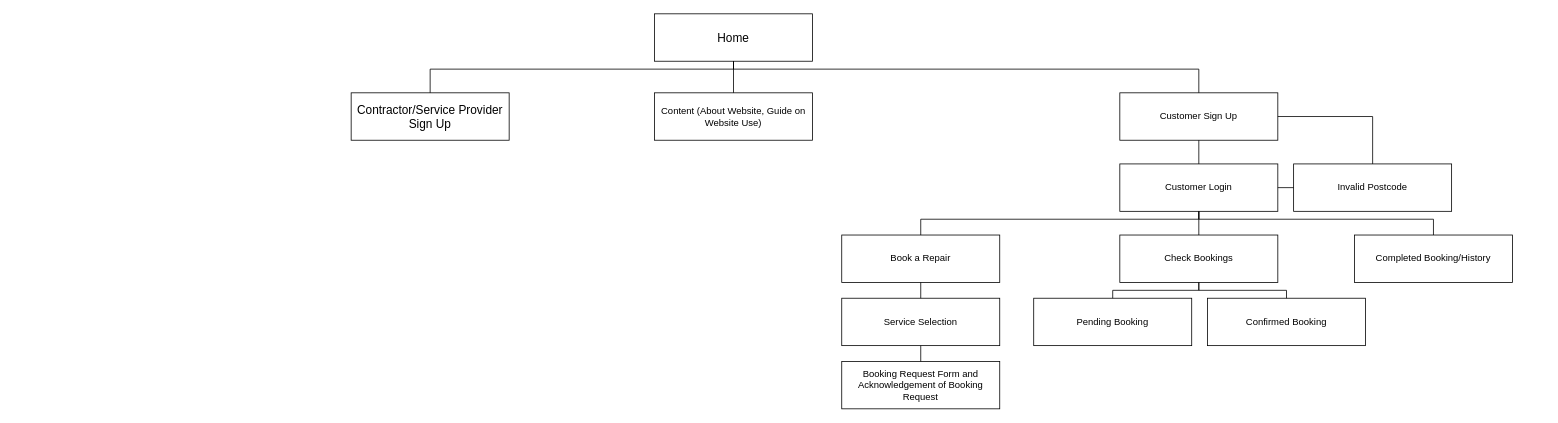
Above: WDT Navigational Structure.drawio in JussSelenite/JussSelenite (draw.io), before the change. Source tidied: cells renumbered, new cells numbered last; positions are measured from the earlier drawing's top-left corner, leaving out a move shared by most shapes. Both pictures are drawn from the tidied source at 79%, with x=0, y=0 at pixel (351, 13).
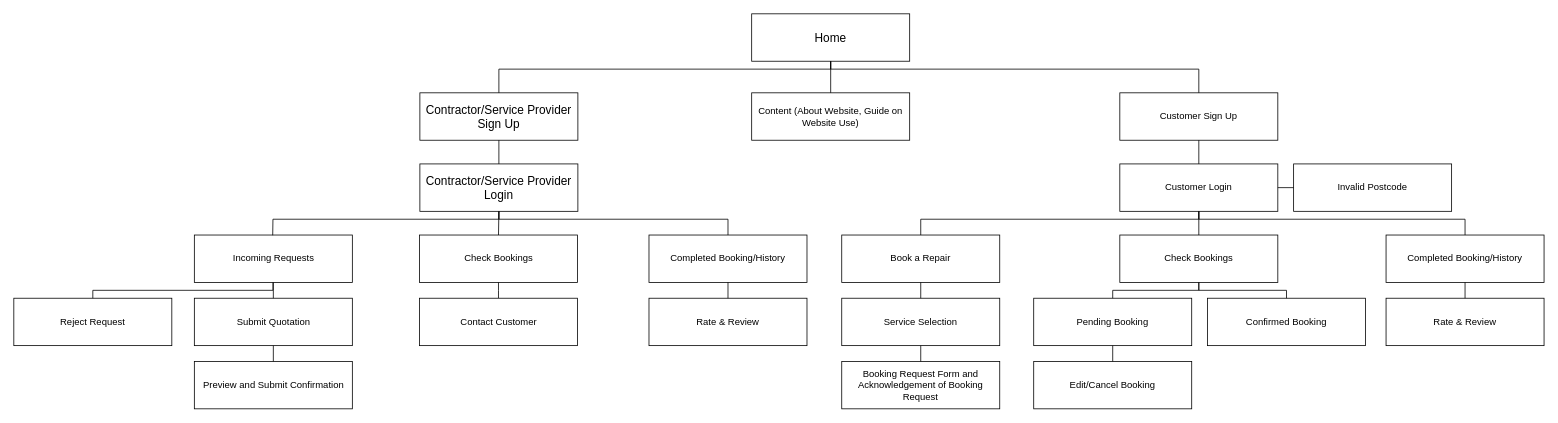
After the change.

Unchanged cells that the change refers to:
```xml
<mxCell id="5" value="Customer Sign Up" style="rounded=0;whiteSpace=wrap;html=1;" parent="1" vertex="1">
  <mxGeometry x="973" y="100" width="200" height="60" as="geometry" />
</mxCell>
<mxCell id="9" value="Invalid Postcode" style="rounded=0;whiteSpace=wrap;html=1;" parent="1" vertex="1">
  <mxGeometry x="1193" y="190" width="200" height="60" as="geometry" />
</mxCell>
<mxCell id="10" value="Customer Login" style="rounded=0;whiteSpace=wrap;html=1;" parent="1" vertex="1">
  <mxGeometry x="973" y="190" width="200" height="60" as="geometry" />
</mxCell>
<mxCell id="24" value="Pending Booking" style="rounded=0;whiteSpace=wrap;html=1;" parent="1" vertex="1">
  <mxGeometry x="864" y="360" width="200" height="60" as="geometry" />
</mxCell>
```

Change to the diagram source:
```diff
@@
     <mxCell id="2" value="&lt;font style=&quot;font-size: 15px;&quot;&gt;Home&lt;/font&gt;" style="rounded=0;whiteSpace=wrap;html=1;" parent="1" vertex="1">
-      <mxGeometry x="384" width="200" height="60" as="geometry" />
+      <mxGeometry x="507" width="200" height="60" as="geometry" />
     </mxCell>
     <mxCell id="3" value="&lt;font style=&quot;font-size: 15px;&quot;&gt;Contractor/Service Provider Sign Up&lt;/font&gt;" style="rounded=0;whiteSpace=wrap;html=1;" parent="1" vertex="1">
-      <mxGeometry y="100" width="200" height="60" as="geometry" />
+      <mxGeometry x="87" y="100" width="200" height="60" as="geometry" />
     </mxCell>
     <mxCell id="4" value="Content (About Website, Guide on Website Use)" style="rounded=0;whiteSpace=wrap;html=1;" parent="1" vertex="1">
-      <mxGeometry x="384" y="100" width="200" height="60" as="geometry" />
+      <mxGeometry x="507" y="100" width="200" height="60" as="geometry" />
     </mxCell>
@@
     <mxCell id="6" style="endArrow=none;html=1;rounded=0;entryX=0.5;entryY=1;entryDx=0;entryDy=0;exitX=0.5;exitY=0;exitDx=0;exitDy=0;" parent="1" edge="1" source="3" target="2">
       <mxGeometry relative="1" as="geometry">
         <Array as="points">
-          <mxPoint x="100" y="70" />
-          <mxPoint x="484" y="70" />
+          <mxPoint x="187" y="70" />
+          <mxPoint x="607" y="70" />
         </Array>
       </mxGeometry>
     </mxCell>
@@
     <mxCell id="8" style="endArrow=none;html=1;rounded=0;entryX=0.5;entryY=1;entryDx=0;entryDy=0;exitX=0.5;exitY=0;exitDx=0;exitDy=0;" parent="1" edge="1" source="5" target="2">
       <mxGeometry relative="1" as="geometry">
         <Array as="points">
           <mxPoint x="1073" y="70" />
-          <mxPoint x="484" y="70" />
+          <mxPoint x="607" y="70" />
         </Array>
       </mxGeometry>
     </mxCell>
@@
-    <mxCell id="13" style="endArrow=none;html=1;rounded=0;entryX=1;entryY=0.5;entryDx=0;entryDy=0;exitX=0.5;exitY=0;exitDx=0;exitDy=0;" parent="1" edge="1" source="9" target="5">
-      <mxGeometry relative="1" as="geometry">
-        <Array as="points">
-          <mxPoint x="1293" y="130" />
-        </Array>
-      </mxGeometry>
-    </mxCell>
@@
     <mxCell id="16" value="Completed Booking/History" style="rounded=0;whiteSpace=wrap;html=1;" parent="1" vertex="1">
-      <mxGeometry x="1270" y="280" width="200" height="60" as="geometry" />
+      <mxGeometry x="1310" y="280" width="200" height="60" as="geometry" />
     </mxCell>
@@
     <mxCell id="19" style="endArrow=none;html=1;rounded=0;entryX=0.5;entryY=1;entryDx=0;entryDy=0;exitX=0.5;exitY=0;exitDx=0;exitDy=0;" parent="1" edge="1" source="16" target="10">
       <mxGeometry relative="1" as="geometry">
         <Array as="points">
-          <mxPoint x="1370" y="260" />
+          <mxPoint x="1410" y="260" />
           <mxPoint x="1073" y="260" />
         </Array>
       </mxGeometry>
     </mxCell>
@@
+    <mxCell id="28" value="Edit/Cancel Booking" style="rounded=0;whiteSpace=wrap;html=1;" parent="1" vertex="1">
+      <mxGeometry x="864" y="440" width="200" height="60" as="geometry" />
+    </mxCell>
+    <mxCell id="29" style="endArrow=none;html=1;rounded=0;entryX=0.5;entryY=1;entryDx=0;entryDy=0;exitX=0.5;exitY=0;exitDx=0;exitDy=0;" parent="1" edge="1" source="28" target="24">
+      <mxGeometry relative="1" as="geometry" />
+    </mxCell>
+    <mxCell id="30" value="Rate &amp;amp; Review" style="rounded=0;whiteSpace=wrap;html=1;" parent="1" vertex="1">
+      <mxGeometry x="1310" y="360" width="200" height="60" as="geometry" />
+    </mxCell>
+    <mxCell id="31" style="endArrow=none;html=1;rounded=0;entryX=0.5;entryY=1;entryDx=0;entryDy=0;exitX=0.5;exitY=0;exitDx=0;exitDy=0;" parent="1" edge="1" source="30" target="16">
+      <mxGeometry relative="1" as="geometry" />
+    </mxCell>
+    <mxCell id="32" value="&lt;font style=&quot;font-size: 15px;&quot;&gt;Contractor/Service Provider Login&lt;/font&gt;" style="rounded=0;whiteSpace=wrap;html=1;" parent="1" vertex="1">
+      <mxGeometry x="87" y="190" width="200" height="60" as="geometry" />
+    </mxCell>
+    <mxCell id="33" style="endArrow=none;html=1;rounded=0;entryX=0.5;entryY=1;entryDx=0;entryDy=0;exitX=0.5;exitY=0;exitDx=0;exitDy=0;" parent="1" edge="1" source="32" target="3">
+      <mxGeometry relative="1" as="geometry" />
+    </mxCell>
+    <mxCell id="34" value="Check Bookings" style="rounded=0;whiteSpace=wrap;html=1;" parent="1" vertex="1">
+      <mxGeometry x="86.5" y="280" width="200" height="60" as="geometry" />
+    </mxCell>
+    <mxCell id="35" value="Incoming Requests" style="rounded=0;whiteSpace=wrap;html=1;" parent="1" vertex="1">
+      <mxGeometry x="-198.5" y="280" width="200" height="60" as="geometry" />
+    </mxCell>
+    <mxCell id="36" value="Completed Booking/History" style="rounded=0;whiteSpace=wrap;html=1;" parent="1" vertex="1">
+      <mxGeometry x="377" y="280" width="200" height="60" as="geometry" />
+    </mxCell>
+    <mxCell id="37" value="Submit Quotation" style="rounded=0;whiteSpace=wrap;html=1;" parent="1" vertex="1">
+      <mxGeometry x="-198.5" y="360" width="200" height="60" as="geometry" />
+    </mxCell>
+    <mxCell id="38" style="endArrow=none;html=1;rounded=0;entryX=0.5;entryY=1;entryDx=0;entryDy=0;exitX=0.5;exitY=0;exitDx=0;exitDy=0;" parent="1" edge="1" source="37" target="35">
+      <mxGeometry relative="1" as="geometry" />
+    </mxCell>
+    <mxCell id="39" value="Preview and Submit Confirmation" style="rounded=0;whiteSpace=wrap;html=1;" parent="1" vertex="1">
+      <mxGeometry x="-198.5" y="440" width="200" height="60" as="geometry" />
+    </mxCell>
+    <mxCell id="40" style="endArrow=none;html=1;rounded=0;entryX=0.5;entryY=1;entryDx=0;entryDy=0;exitX=0.5;exitY=0;exitDx=0;exitDy=0;" parent="1" edge="1" source="39" target="37">
+      <mxGeometry relative="1" as="geometry" />
+    </mxCell>
+    <mxCell id="41" style="endArrow=none;html=1;rounded=0;entryX=0.5;entryY=1;entryDx=0;entryDy=0;exitX=0.5;exitY=0;exitDx=0;exitDy=0;" parent="1" edge="1" source="42">
+      <mxGeometry relative="1" as="geometry">
+        <mxPoint x="186.5" y="340" as="targetPoint" />
+        <Array as="points">
+          <mxPoint x="186.5" y="350" />
+        </Array>
+      </mxGeometry>
+    </mxCell>
+    <mxCell id="42" value="Contact Customer" style="rounded=0;whiteSpace=wrap;html=1;" parent="1" vertex="1">
+      <mxGeometry x="86.5" y="360" width="200" height="60" as="geometry" />
+    </mxCell>
+    <mxCell id="43" value="Rate &amp;amp; Review" style="rounded=0;whiteSpace=wrap;html=1;" parent="1" vertex="1">
+      <mxGeometry x="377" y="360" width="200" height="60" as="geometry" />
+    </mxCell>
+    <mxCell id="44" style="endArrow=none;html=1;rounded=0;entryX=0.5;entryY=1;entryDx=0;entryDy=0;exitX=0.5;exitY=0;exitDx=0;exitDy=0;" parent="1" edge="1" source="43" target="36">
+      <mxGeometry relative="1" as="geometry" />
+    </mxCell>
+    <mxCell id="45" value="Reject Request" style="rounded=0;whiteSpace=wrap;html=1;" parent="1" vertex="1">
+      <mxGeometry x="-427" y="360" width="200" height="60" as="geometry" />
+    </mxCell>
+    <mxCell id="46" style="endArrow=none;html=1;rounded=0;exitX=0.5;exitY=0;exitDx=0;exitDy=0;" parent="1" edge="1" source="45">
+      <mxGeometry relative="1" as="geometry">
+        <mxPoint x="-99" y="340" as="targetPoint" />
+        <Array as="points">
+          <mxPoint x="-327" y="350" />
+          <mxPoint x="-99" y="350" />
+        </Array>
+      </mxGeometry>
+    </mxCell>
+    <mxCell id="47" style="endArrow=none;html=1;rounded=0;entryX=0.5;entryY=1;entryDx=0;entryDy=0;exitX=0.496;exitY=0.005;exitDx=0;exitDy=0;exitPerimeter=0;" parent="1" edge="1" source="35" target="32">
+      <mxGeometry relative="1" as="geometry">
+        <Array as="points">
+          <mxPoint x="-99" y="260" />
+          <mxPoint x="187" y="260" />
+        </Array>
+      </mxGeometry>
+    </mxCell>
+    <mxCell id="48" style="endArrow=none;html=1;rounded=0;entryX=0.5;entryY=1;entryDx=0;entryDy=0;exitX=0.5;exitY=0;exitDx=0;exitDy=0;" parent="1" edge="1" source="34" target="32">
+      <mxGeometry relative="1" as="geometry" />
+    </mxCell>
+    <mxCell id="49" style="endArrow=none;html=1;rounded=0;entryX=0.5;entryY=0;entryDx=0;entryDy=0;exitX=0.5;exitY=1;exitDx=0;exitDy=0;" parent="1" edge="1" source="32" target="36">
+      <mxGeometry relative="1" as="geometry">
+        <Array as="points">
+          <mxPoint x="187" y="260" />
+          <mxPoint x="477" y="260" />
+        </Array>
+      </mxGeometry>
+    </mxCell>
```
